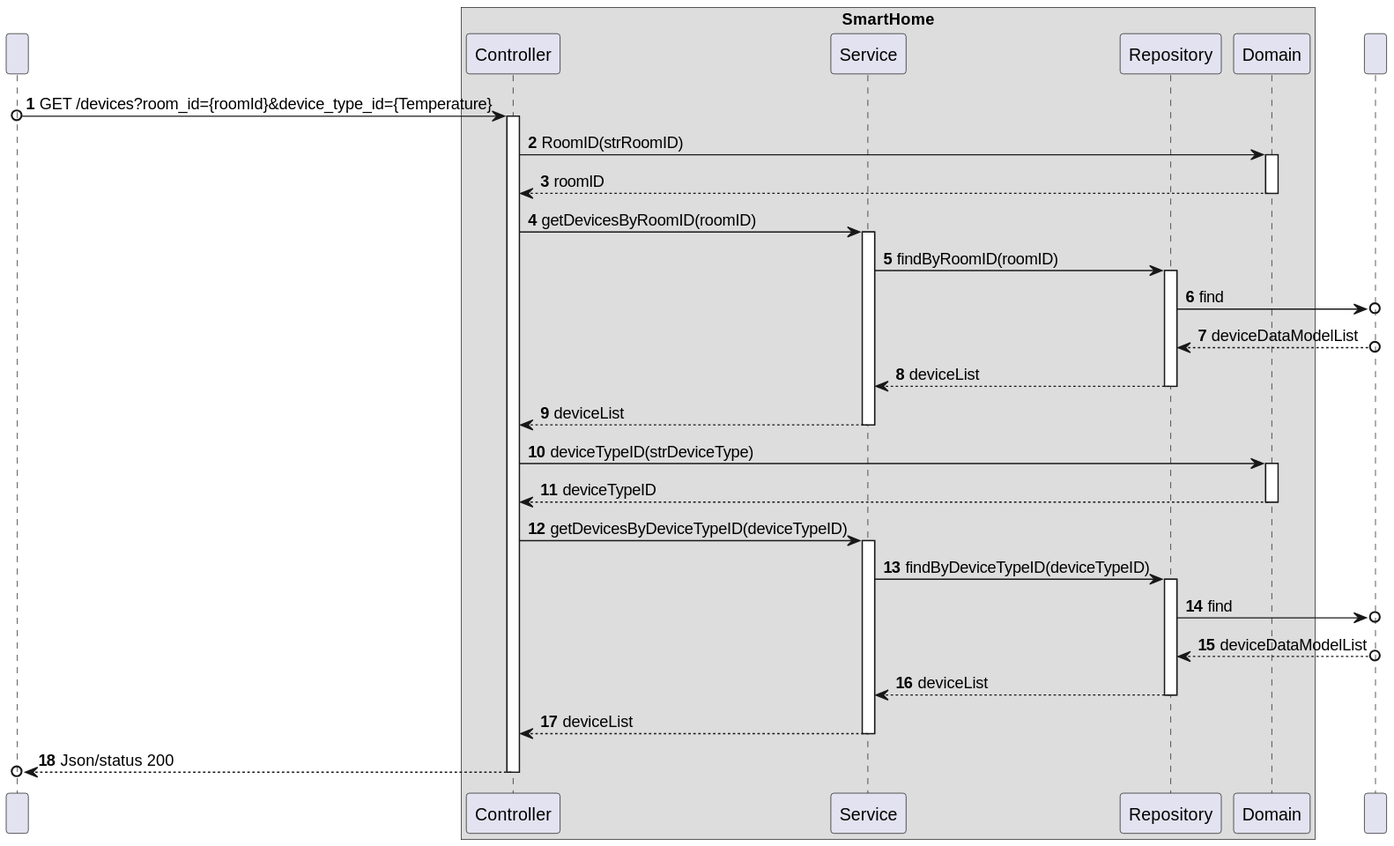
The PlantUML diagram docs/C4_4plus1_models/Level4/ProcessView/ProcessViewLevel4_UC12_v1.svg in moutajDev/smarthome, before a commit. Its diagram source:
```plantuml
@startuml
!pragma layout smetana

autonumber

participant " " as User

box "SmartHome"
    participant "Controller" as CTRL
    participant "Service" as SV
    participant "Repository" as REPO
    participant "Domain" as DOM
end box
    participant " " as BD



User o-> CTRL : GET /devices?room_id={roomId}&device_type_id={Temperature}

activate CTRL

CTRL -> DOM : RoomID(strRoomID)
activate DOM

DOM --> CTRL : roomID
deactivate DOM

CTRL -> SV: getDevicesByRoomID(roomID)
activate SV

SV -> REPO : findByRoomID(roomID)
activate REPO

REPO ->o BD : find


BD o--> REPO : deviceDataModelList

REPO --> SV : deviceList
deactivate REPO

SV --> CTRL : deviceList
deactivate REPO
deactivate SV

CTRL -> DOM : deviceTypeID(strDeviceType)
activate DOM

DOM --> CTRL : deviceTypeID
deactivate DOM

CTRL -> SV : getDevicesByDeviceTypeID(deviceTypeID)
activate SV

SV -> REPO : findByDeviceTypeID(deviceTypeID)
activate REPO

REPO ->o BD : find

BD o--> REPO : deviceDataModelList

REPO --> SV : deviceList
deactivate REPO

SV --> CTRL : deviceList
deactivate SV

CTRL -->o User : Json/status 200
deactivate CTRL
@enduml
```
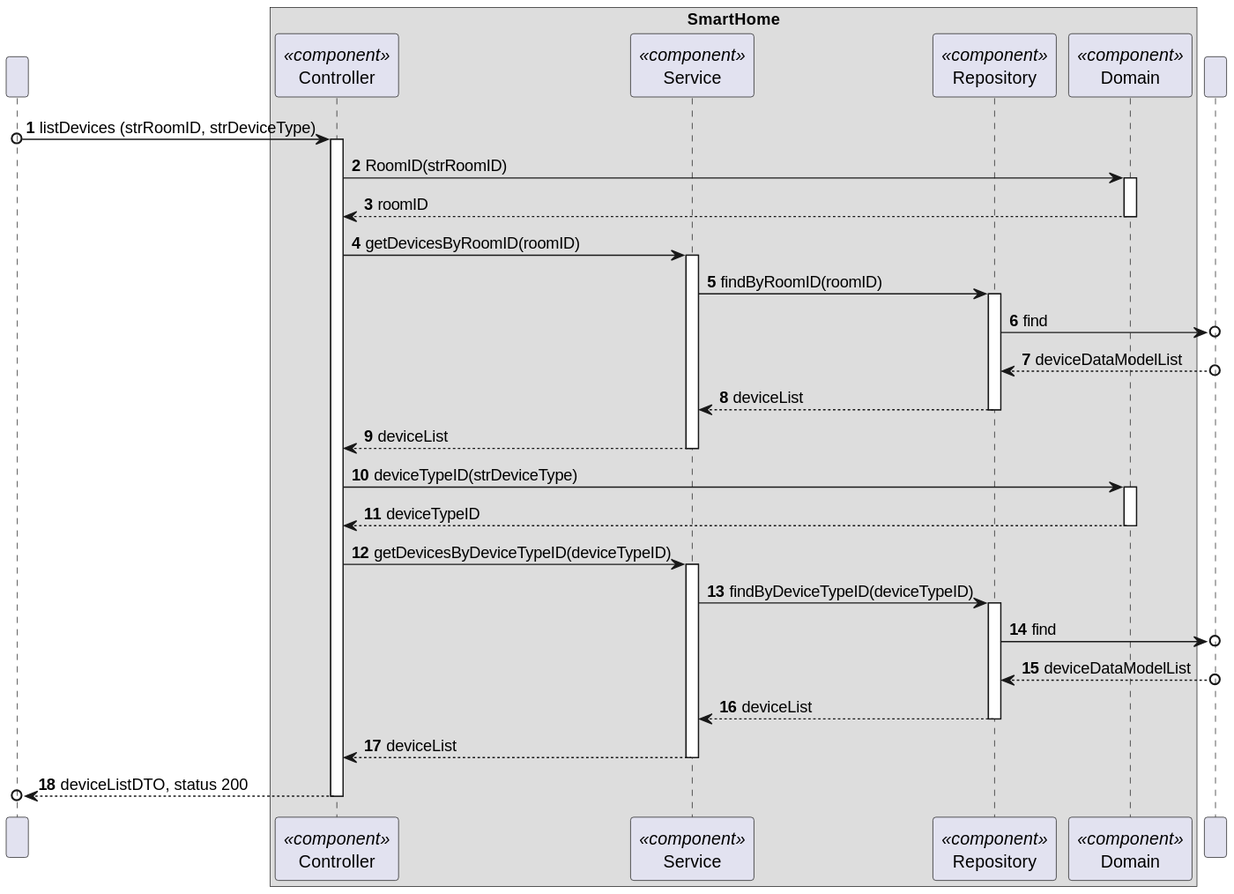
After the commit.

What changed in the source:
```diff
@@ -6,16 +6,14 @@
 participant " " as User
 
 box "SmartHome"
-    participant "Controller" as CTRL
-    participant "Service" as SV
-    participant "Repository" as REPO
-    participant "Domain" as DOM
+    participant "Controller" as CTRL<<component>>
+    participant "Service" as SV<<component>>
+    participant "Repository" as REPO<<component>>
+    participant "Domain" as DOM<<component>>
 end box
     participant " " as BD
 
-
-
-User o-> CTRL : GET /devices?room_id={roomId}&device_type_id={Temperature}
+User o-> CTRL : listDevices (strRoomID, strDeviceType)
 
 activate CTRL
 
@@ -65,6 +63,6 @@
 SV --> CTRL : deviceList
 deactivate SV
 
-CTRL -->o User : Json/status 200
+CTRL -->o User :deviceListDTO, status 200
 deactivate CTRL
 @enduml
```
